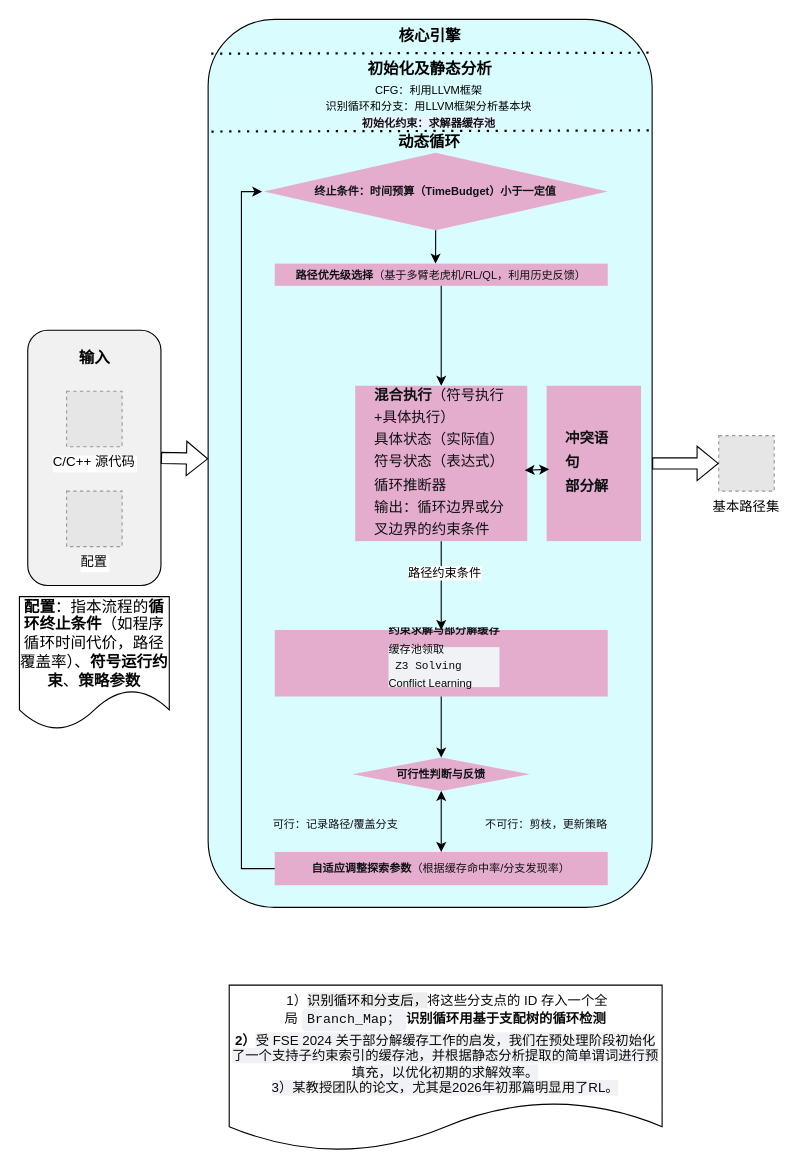
Before: 20260329.drawio in William-Practice/William-Practice, a draw.io diagram. Source tidied: cells renumbered, new cells numbered last; positions are measured from the earlier drawing's top-left corner, leaving out a move shared by most shapes. Both pictures are drawn from the tidied source at 111%, with x=0, y=0 at pixel (19, 19). Pictures stored in the file or linked from it are replaced by grey dashed boxes.
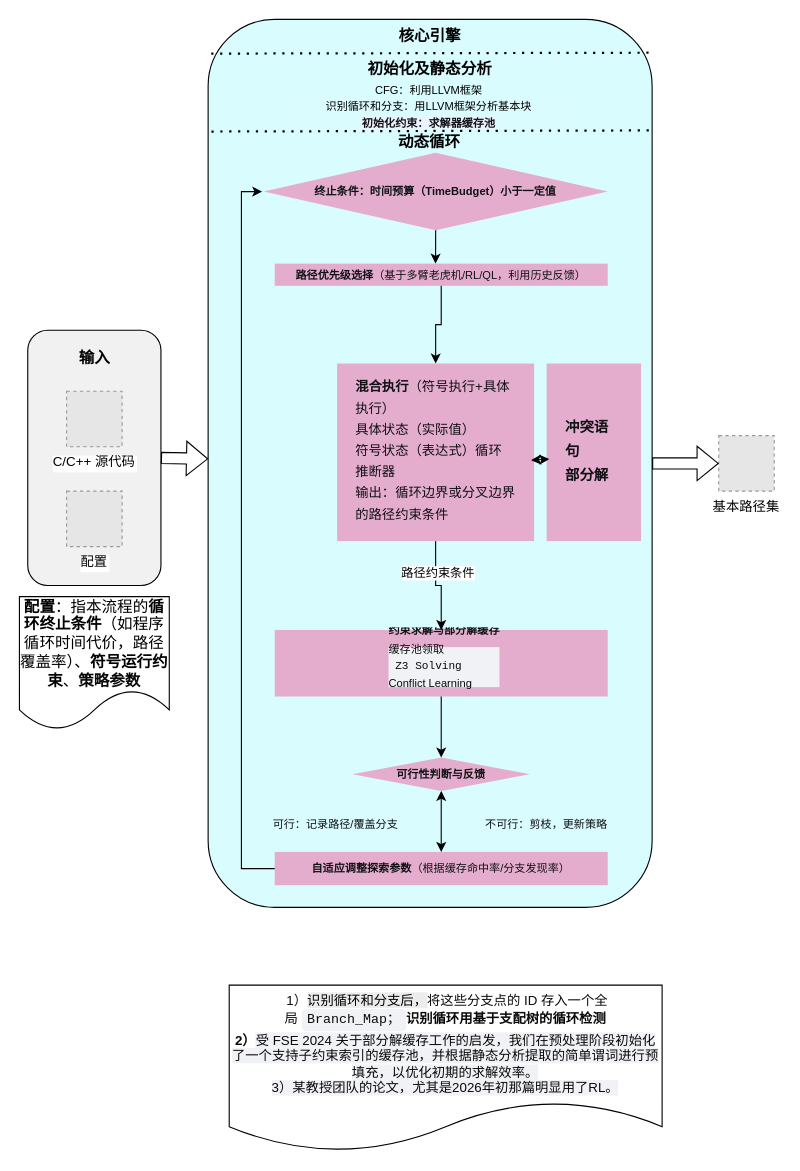
The same diagram, later.

What changed in the source:
```diff
@@
-    <mxCell id="19" value="&lt;pre style=&quot;font-variant-numeric: normal; font-variant-east-asian: normal; font-variant-alternates: normal; font-size-adjust: none; font-language-override: normal; font-kerning: auto; font-optical-sizing: auto; font-feature-settings: normal; font-variation-settings: normal; font-variant-position: normal; font-variant-emoji: normal; font-stretch: normal; overflow: auto; text-wrap-mode: wrap; word-break: break-all; padding: 0px 16px; text-align: start; line-height: 160%; margin: 0px !important; color: rgb(15, 17, 21);&quot;&gt;&lt;font face=&quot;Helvetica&quot; style=&quot;font-size: 13px; line-height: 140%;&quot;&gt;&lt;span style=&quot;color: light-dark(rgb(15, 17, 21), rgb(222, 223, 227));&quot;&gt;&lt;b&gt;混合执行&lt;/b&gt;（符号执行+具体执行）&lt;br&gt;具体状态（实际值）&lt;br&gt;符号状态（表达式）&lt;/span&gt;循环推断器&lt;br&gt;输出：循环边界或分叉边界的约束条件&lt;/font&gt;&lt;/pre&gt;" style="text;html=1;whiteSpace=wrap;strokeColor=0;fillColor=#FF006050;align=center;verticalAlign=middle;rounded=0;" parent="1" vertex="1">
-      <mxGeometry x="302.5" y="330" width="155" height="140" as="geometry" />
+    <mxCell id="19" value="&lt;pre style=&quot;font-variant-numeric: normal; font-variant-east-asian: normal; font-variant-alternates: normal; font-size-adjust: none; font-language-override: normal; font-kerning: auto; font-optical-sizing: auto; font-feature-settings: normal; font-variation-settings: normal; font-variant-position: normal; font-variant-emoji: normal; font-stretch: normal; overflow: auto; text-wrap-mode: wrap; word-break: break-all; padding: 0px 16px; text-align: start; line-height: 160%; color: rgb(15, 17, 21); margin: 0px !important;&quot;&gt;&lt;font face=&quot;Helvetica&quot; style=&quot;line-height: 140%;&quot;&gt;&lt;span style=&quot;color: light-dark(rgb(15, 17, 21), rgb(222, 223, 227));&quot;&gt;&lt;b style=&quot;&quot;&gt;混合执行&lt;/b&gt;（符号执行+具体执行）&lt;br&gt;具体状态（实际值）&lt;br&gt;符号状态（表达式）&lt;/span&gt;循环推断器&lt;br&gt;输出：循环边界或分叉边界的路径约束条件&lt;/font&gt;&lt;/pre&gt;" style="text;html=1;whiteSpace=wrap;strokeColor=0;fillColor=#FF006050;align=center;verticalAlign=middle;rounded=0;" parent="1" vertex="1">
+      <mxGeometry x="286.2" y="310" width="177.5" height="160" as="geometry" />
     </mxCell>
@@
     <mxCell id="33" value="&lt;pre style=&quot;font-variant-numeric: normal; font-variant-east-asian: normal; font-variant-alternates: normal; font-size-adjust: none; font-language-override: normal; font-kerning: auto; font-optical-sizing: auto; font-feature-settings: normal; font-variation-settings: normal; font-variant-position: normal; font-variant-emoji: normal; font-stretch: normal; font-size: 13px; overflow: auto; text-wrap-mode: wrap; word-break: break-all; padding: 0px 16px; color: rgb(15, 17, 21); text-align: start; line-height: 160%; margin: 0px !important;&quot;&gt;&lt;font face=&quot;Helvetica&quot;&gt;&lt;b&gt;冲突语句&lt;br&gt;部分解&lt;/b&gt;&lt;/font&gt;&lt;/pre&gt;" style="text;html=1;whiteSpace=wrap;strokeColor=0;fillColor=#FF006050;align=center;verticalAlign=middle;rounded=0;" parent="1" vertex="1">
-      <mxGeometry x="475" y="330" width="85" height="140" as="geometry" />
+      <mxGeometry x="475" y="310" width="85" height="160" as="geometry" />
     </mxCell>
```
